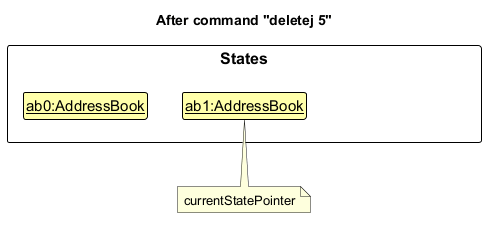
Above: docs/images/UndoRedoState1.png in AY2627S1-CS2103T-F10-4/tp (PlantUML), before the change.
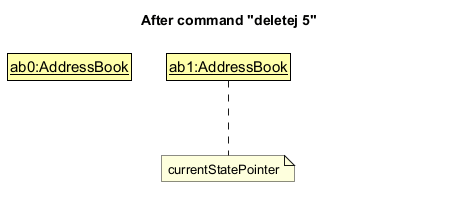
The same diagram one commit later.

The edit, as a diff of the source:
```diff
@@ -3,19 +3,21 @@
 skinparam ClassFontColor #000000
 skinparam ClassBorderColor #000000
 skinparam ClassBackgroundColor #FFFFAA
+skinparam roundCorner 0
 
 title After command "deletej 5"
 
-package States {
-    class State1 as "<u>ab0:AddressBook</u>"
-    class State2 as "<u>ab1:AddressBook</u>"
-    class State3 as "<u>ab2:AddressBook</u>" <<unused>>
-}
+class State1 as "<u>ab0:AddressBook</u>"
+class State2 as "<u>ab1:AddressBook</u>"
+class State3 as "<u>ab2:AddressBook</u>" <<unused>>
 
 State1 -[hidden]right-> State2
 State2 -[hidden]right-> State3
 
 hide <<unused>>
 
-note bottom of State2 : currentStatePointer
+class Spacer <<unused>>
+note "currentStatePointer" as Pointer
+State2 .. Pointer
+Pointer -[hidden]right- Spacer
 @enduml
```
